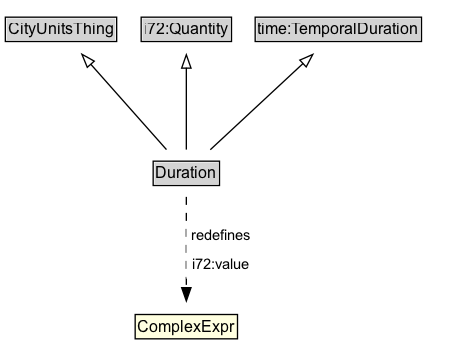
The Graphviz diagram docs/diagrams/Duration.dot.png in ISO-TC204/ontology-cdm-p1-v1, before a commit. Its source is kept beside it as docs/diagrams/Duration.dot.
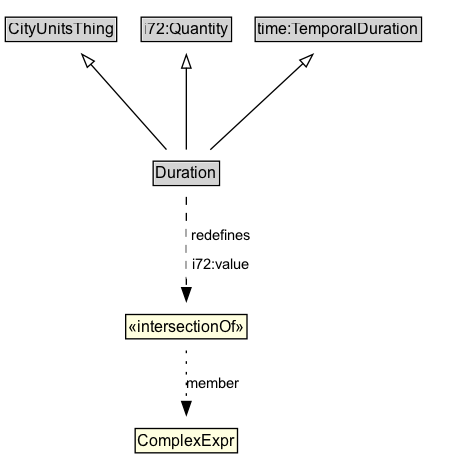
The same diagram one commit later.

What changed in the source:
```diff
@@ -19,6 +19,8 @@
 	Duration -> CityUnitsThing [arrowhead=onormal style=solid]
 	Duration -> i72_Quantity [arrowhead=onormal style=solid]
 	Duration -> time_TemporalDuration [arrowhead=onormal style=solid]
-	na010c749982e452794368b522251db07b15 [label=<<TABLE BORDER="1" CELLBORDER="0" CELLSPACING="0" CELLPADDING="1" BGCOLOR="lightyellow"><TR><TD ALIGN="CENTER">ComplexExpr</TD></TR></TABLE>> margin=0]
-	Duration -> na010c749982e452794368b522251db07b15 [label=<<TABLE BORDER="0" CELLBORDER="0" CELLSPACING="0" CELLPADDING="4" BGCOLOR="white"><TR><TD ALIGN="CENTER">redefines</TD></TR><TR><TD ALIGN="CENTER">i72:value</TD></TR></TABLE>> arrowhead=normal style=dashed]
+	n644d2ea6622c412bb8909c6637c88453b21 [label=<<TABLE BORDER="1" CELLBORDER="0" CELLSPACING="0" CELLPADDING="1" BGCOLOR="lightyellow"><TR><TD ALIGN="CENTER">«intersectionOf»</TD></TR></TABLE>> margin=0]
+	n644d2ea6622c412bb8909c6637c88453b22 [label=<<TABLE BORDER="1" CELLBORDER="0" CELLSPACING="0" CELLPADDING="1" BGCOLOR="lightyellow"><TR><TD ALIGN="CENTER">ComplexExpr</TD></TR></TABLE>> margin=0]
+	n644d2ea6622c412bb8909c6637c88453b21 -> n644d2ea6622c412bb8909c6637c88453b22 [label=member arrowhead=normal style=dotted]
+	Duration -> n644d2ea6622c412bb8909c6637c88453b21 [label=<<TABLE BORDER="0" CELLBORDER="0" CELLSPACING="0" CELLPADDING="4" BGCOLOR="white"><TR><TD ALIGN="CENTER">redefines</TD></TR><TR><TD ALIGN="CENTER">i72:value</TD></TR></TABLE>> arrowhead=normal style=dashed]
 }
```
